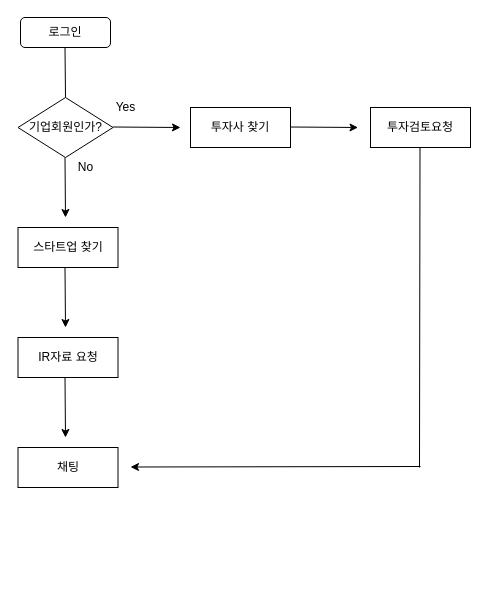
Lucidhomme/TIL keeps this draw.io diagram as 비즈니스나우 비즈니스.drawio. Above is the earlier version. Source tidied: cells renumbered, new cells numbered last; positions are measured from the earlier drawing's top-left corner, leaving out a move shared by most shapes. Both pictures are drawn from the tidied source at 100%, with x=0, y=0 at pixel (18, 17).
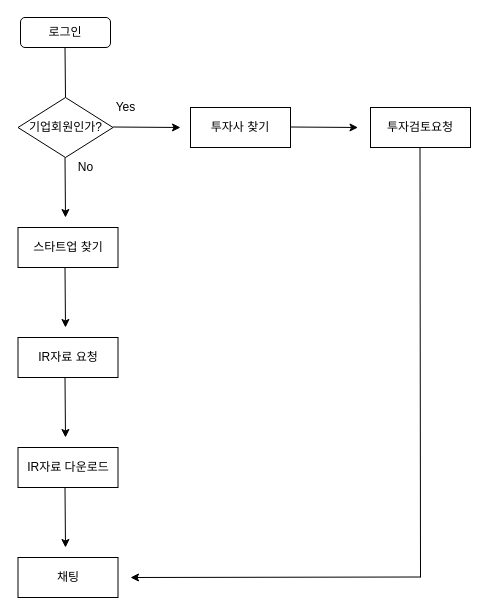
The same page after the edit.

Commit message:
Update 비즈니스나우 비즈니스.drawio

The edit, as a diff of the source:
```diff
@@
     <mxCell id="14" value="채팅" style="rounded=0;whiteSpace=wrap;html=1;" parent="1" vertex="1">
-      <mxGeometry x="-0.5" y="430" width="100" height="40" as="geometry" />
+      <mxGeometry x="-0.5" y="540" width="100" height="40" as="geometry" />
     </mxCell>
@@
     <mxCell id="17" style="endArrow=classic;html=1;" parent="1" edge="1">
       <mxGeometry relative="1" as="geometry">
-        <mxPoint x="402" y="449" as="sourcePoint" />
-        <mxPoint x="112" y="449.5" as="targetPoint" />
+        <mxPoint x="402" y="559.5" as="sourcePoint" />
+        <mxPoint x="112" y="560" as="targetPoint" />
       </mxGeometry>
     </mxCell>
     <mxCell id="18" style="endArrow=none;html=1;" parent="1" edge="1">
       <mxGeometry relative="1" as="geometry">
-        <mxPoint x="401" y="450" as="sourcePoint" />
+        <mxPoint x="402" y="560" as="sourcePoint" />
         <mxPoint x="401.5" y="130" as="targetPoint" />
       </mxGeometry>
     </mxCell>
+    <mxCell id="19" value="IR자료 다운로드" style="rounded=0;whiteSpace=wrap;html=1;" parent="1" vertex="1">
+      <mxGeometry x="-0.5" y="430" width="100" height="40" as="geometry" />
+    </mxCell>
+    <mxCell id="20" style="endArrow=classic;html=1;" parent="1" edge="1">
+      <mxGeometry relative="1" as="geometry">
+        <mxPoint x="46.5" y="470" as="sourcePoint" />
+        <mxPoint x="47" y="530" as="targetPoint" />
+      </mxGeometry>
+    </mxCell>
```
